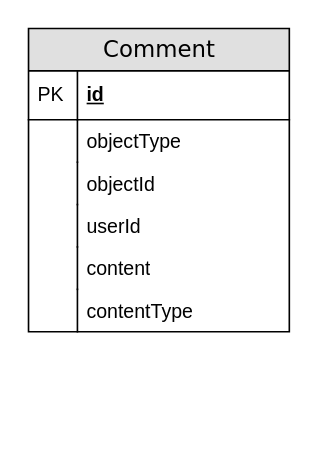
Above: docs/04-architecture/drawio/db.drawio in crowdproj/crowdproj-comments (draw.io), before the change. Source tidied: cells renumbered, new cells numbered last; positions are measured from the earlier drawing's top-left corner, leaving out a move shared by most shapes. Both pictures are drawn from the tidied source at 163%, with x=0, y=0 at pixel (28, 28).
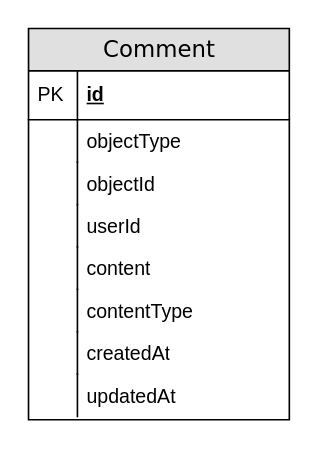
After the change.

The edit, as a diff of the source:
```diff
@@
 <mxGraphModel>
   <root>
     <mxCell id="0" />
     <mxCell id="1" parent="0" />
     <mxCell id="2" value="Comment" style="swimlane;html=1;fontStyle=0;horizontal=1;startSize=26;fillColor=#e0e0e0;swimlaneFillColor=#ffffff;align=center;rounded=0;shadow=0;comic=0;labelBackgroundColor=none;strokeWidth=1;fontFamily=Verdana;fontSize=14;swimlaneLine=1;" parent="1" vertex="1">
-      <mxGeometry width="160" height="186" as="geometry" />
+      <mxGeometry width="160" height="240" as="geometry" />
     </mxCell>
     <mxCell id="3" value="id" style="shape=partialRectangle;top=0;left=0;right=0;bottom=1;html=1;align=left;verticalAlign=middle;fillColor=none;spacingLeft=34;spacingRight=4;whiteSpace=wrap;overflow=hidden;fontStyle=5;" parent="2" vertex="1">
       <mxGeometry y="26" width="160" height="30" as="geometry" />
     </mxCell>
     <mxCell id="4" value="PK" style="shape=partialRectangle;top=0;left=0;bottom=0;html=1;fillColor=none;align=left;verticalAlign=middle;spacingLeft=4;spacingRight=4;whiteSpace=wrap;overflow=hidden;" parent="3" vertex="1">
       <mxGeometry width="30" height="30" as="geometry" />
     </mxCell>
     <mxCell id="5" value="objectType" style="shape=partialRectangle;top=0;left=0;right=0;bottom=0;html=1;align=left;verticalAlign=top;fillColor=none;spacingLeft=34;spacingRight=4;whiteSpace=wrap;overflow=hidden;" parent="2" vertex="1">
       <mxGeometry y="56" width="160" height="26" as="geometry" />
     </mxCell>
     <mxCell id="6" style="shape=partialRectangle;top=0;left=0;bottom=0;html=1;fillColor=none;align=left;verticalAlign=top;spacingLeft=4;spacingRight=4;whiteSpace=wrap;overflow=hidden;" parent="5" vertex="1">
       <mxGeometry width="30" height="26" as="geometry" />
     </mxCell>
     <mxCell id="7" value="objectId" style="shape=partialRectangle;top=0;left=0;right=0;bottom=0;html=1;align=left;verticalAlign=top;fillColor=none;spacingLeft=34;spacingRight=4;whiteSpace=wrap;overflow=hidden;" parent="2" vertex="1">
       <mxGeometry y="82" width="160" height="26" as="geometry" />
     </mxCell>
     <mxCell id="8" style="shape=partialRectangle;top=0;left=0;bottom=0;html=1;fillColor=none;align=left;verticalAlign=top;spacingLeft=4;spacingRight=4;whiteSpace=wrap;overflow=hidden;" parent="7" vertex="1">
       <mxGeometry width="30" height="26" as="geometry" />
     </mxCell>
     <mxCell id="9" value="userId" style="shape=partialRectangle;top=0;left=0;right=0;bottom=0;html=1;align=left;verticalAlign=top;fillColor=none;spacingLeft=34;spacingRight=4;whiteSpace=wrap;overflow=hidden;" parent="2" vertex="1">
       <mxGeometry y="108" width="160" height="26" as="geometry" />
     </mxCell>
     <mxCell id="10" style="shape=partialRectangle;top=0;left=0;bottom=0;html=1;fillColor=none;align=left;verticalAlign=top;spacingLeft=4;spacingRight=4;whiteSpace=wrap;overflow=hidden;" parent="9" vertex="1">
       <mxGeometry width="30" height="26" as="geometry" />
     </mxCell>
     <mxCell id="11" value="content" style="shape=partialRectangle;top=0;left=0;right=0;bottom=0;html=1;align=left;verticalAlign=top;fillColor=none;spacingLeft=34;spacingRight=4;whiteSpace=wrap;overflow=hidden;" parent="2" vertex="1">
       <mxGeometry y="134" width="160" height="26" as="geometry" />
     </mxCell>
     <mxCell id="12" style="shape=partialRectangle;top=0;left=0;bottom=0;html=1;fillColor=none;align=left;verticalAlign=top;spacingLeft=4;spacingRight=4;whiteSpace=wrap;overflow=hidden;" parent="11" vertex="1">
       <mxGeometry width="30" height="26" as="geometry" />
     </mxCell>
     <mxCell id="13" value="contentType" style="shape=partialRectangle;top=0;left=0;right=0;bottom=0;html=1;align=left;verticalAlign=top;fillColor=none;spacingLeft=34;spacingRight=4;whiteSpace=wrap;overflow=hidden;" parent="2" vertex="1">
       <mxGeometry y="160" width="160" height="26" as="geometry" />
     </mxCell>
     <mxCell id="14" style="shape=partialRectangle;top=0;left=0;bottom=0;html=1;fillColor=none;align=left;verticalAlign=top;spacingLeft=4;spacingRight=4;whiteSpace=wrap;overflow=hidden;" parent="13" vertex="1">
       <mxGeometry width="30" height="26" as="geometry" />
     </mxCell>
+    <mxCell id="15" value="createdAt" style="shape=partialRectangle;top=0;left=0;right=0;bottom=0;html=1;align=left;verticalAlign=top;fillColor=none;spacingLeft=34;spacingRight=4;whiteSpace=wrap;overflow=hidden;" parent="2" vertex="1">
+      <mxGeometry y="186" width="160" height="26" as="geometry" />
+    </mxCell>
+    <mxCell id="16" style="shape=partialRectangle;top=0;left=0;bottom=0;html=1;fillColor=none;align=left;verticalAlign=top;spacingLeft=4;spacingRight=4;whiteSpace=wrap;overflow=hidden;" parent="15" vertex="1">
+      <mxGeometry width="30" height="26" as="geometry" />
+    </mxCell>
+    <mxCell id="17" value="updatedAt" style="shape=partialRectangle;top=0;left=0;right=0;bottom=0;html=1;align=left;verticalAlign=top;fillColor=none;spacingLeft=34;spacingRight=4;whiteSpace=wrap;overflow=hidden;" parent="2" vertex="1">
+      <mxGeometry y="212" width="160" height="26" as="geometry" />
+    </mxCell>
+    <mxCell id="18" style="shape=partialRectangle;top=0;left=0;bottom=0;html=1;fillColor=none;align=left;verticalAlign=top;spacingLeft=4;spacingRight=4;whiteSpace=wrap;overflow=hidden;" parent="17" vertex="1">
+      <mxGeometry width="30" height="26" as="geometry" />
+    </mxCell>
   </root>
 </mxGraphModel>
```
